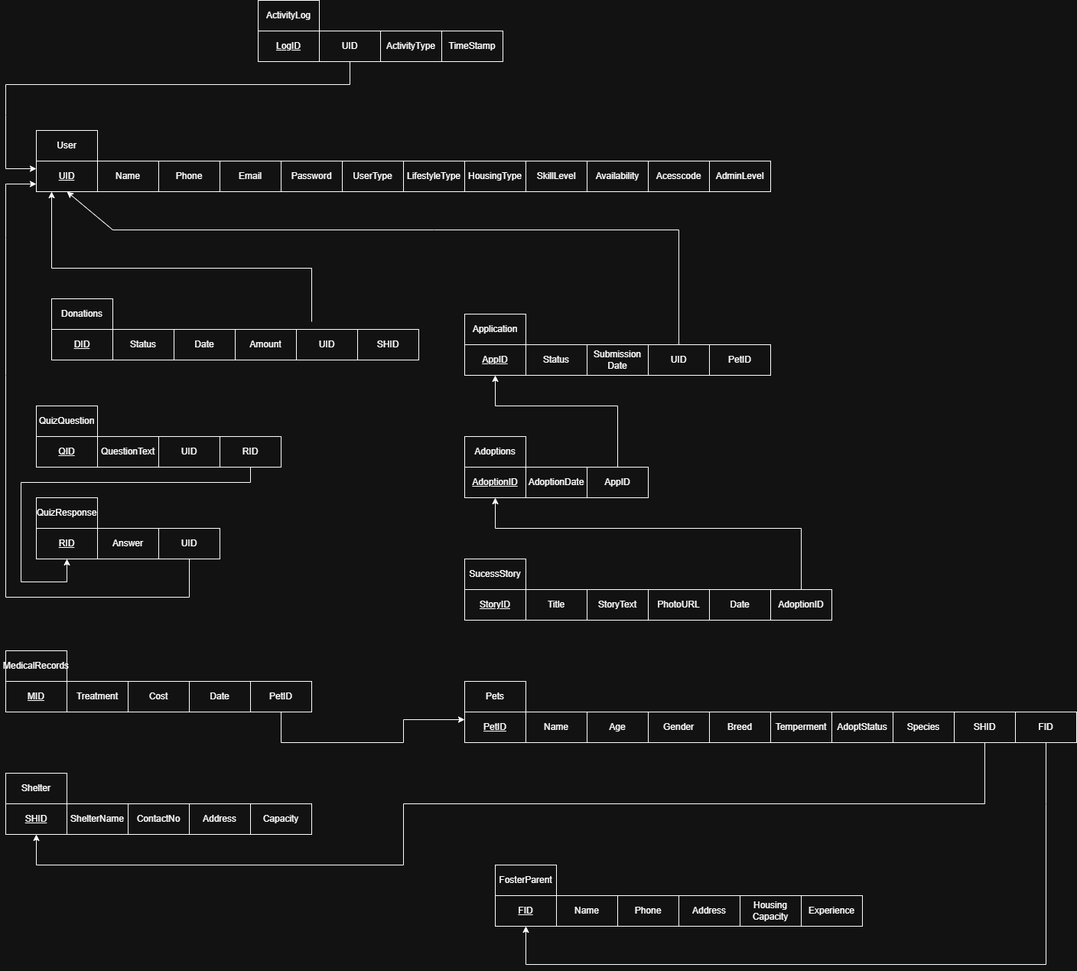
Earlier version of the draw.io export docs/images/normalized-schema-diagram.drawio.png (sakibhossain0/pet-adoption-management-system). Source tidied: cells renumbered, new cells last; positions are measured from the earlier drawing's top-left corner, leaving out a move shared by most shapes.
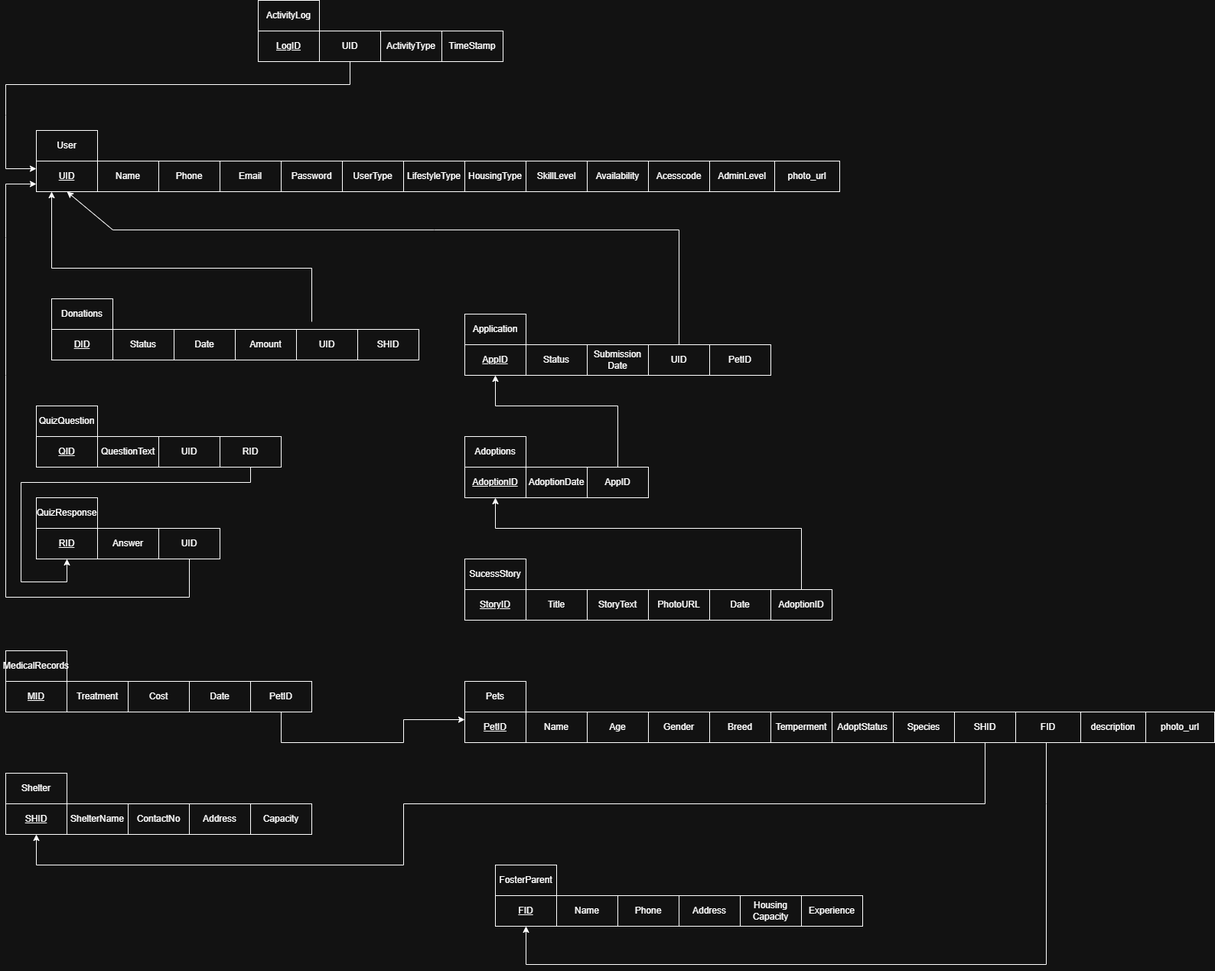
Above is the later version.

Diff of the diagram source:
```diff
@@ -227,7 +227,7 @@
       <mxGeometry x="1080" y="930" width="80" height="40" as="geometry" />
     </mxCell>
     <mxCell id="62" style="rounded=0;whiteSpace=wrap;html=1;" parent="1" vertex="1">
-      <mxGeometry x="1160" y="930" width="240" height="40" as="geometry" />
+      <mxGeometry x="1160" y="930" width="420" height="40" as="geometry" />
     </mxCell>
     <mxCell id="63" value="Species" style="rounded=0;whiteSpace=wrap;html=1;" parent="1" vertex="1">
       <mxGeometry x="1160" y="930" width="80" height="40" as="geometry" />
@@ -235,9 +235,6 @@
     <mxCell id="64" value="SHID" style="rounded=0;whiteSpace=wrap;html=1;" parent="1" vertex="1">
       <mxGeometry x="1240" y="930" width="80" height="40" as="geometry" />
     </mxCell>
-    <mxCell id="65" value="FID" style="rounded=0;whiteSpace=wrap;html=1;" parent="1" vertex="1">
-      <mxGeometry x="1320" y="930" width="80" height="40" as="geometry" />
-    </mxCell>
     <mxCell id="66" style="rounded=0;whiteSpace=wrap;html=1;" parent="1" vertex="1">
       <mxGeometry y="890" width="400" height="40" as="geometry" />
     </mxCell>
@@ -299,8 +296,9 @@
         </Array>
       </mxGeometry>
     </mxCell>
-    <mxCell id="82" style="endArrow=classic;html=1;rounded=0;exitX=0.5;exitY=1;exitDx=0;exitDy=0;entryX=0.5;entryY=1;entryDx=0;entryDy=0;" parent="1" edge="1" source="65" target="85">
+    <mxCell id="82" style="endArrow=classic;html=1;rounded=0;exitX=0.5;exitY=1;exitDx=0;exitDy=0;entryX=0.5;entryY=1;entryDx=0;entryDy=0;" parent="1" edge="1" target="85">
       <mxGeometry relative="1" as="geometry">
+        <mxPoint x="1360" y="970" as="sourcePoint" />
         <Array as="points">
           <mxPoint x="1360" y="1050" />
           <mxPoint x="1360" y="1260" />
@@ -377,8 +375,23 @@
     <mxCell id="105" value="Acesscode" style="rounded=0;whiteSpace=wrap;html=1;" parent="1" vertex="1">
       <mxGeometry x="840" y="210" width="80" height="40" as="geometry" />
     </mxCell>
-    <mxCell id="106" value="AdminLevel" style="rounded=0;whiteSpace=wrap;html=1;" parent="1" vertex="1">
-      <mxGeometry x="920" y="210" width="80" height="40" as="geometry" />
+    <mxCell id="106" style="rounded=0;whiteSpace=wrap;html=1;" parent="1" vertex="1">
+      <mxGeometry x="920" y="210" width="160" height="40" as="geometry" />
     </mxCell>
+    <mxCell id="107" value="AdminLevel" style="rounded=0;whiteSpace=wrap;html=1;" parent="1" vertex="1">
+      <mxGeometry x="920" y="210" width="85" height="40" as="geometry" />
+    </mxCell>
+    <mxCell id="108" value="photo_url" style="rounded=0;whiteSpace=wrap;html=1;" parent="1" vertex="1">
+      <mxGeometry x="1005" y="210" width="85" height="40" as="geometry" />
+    </mxCell>
+    <mxCell id="65" value="FID" style="rounded=0;whiteSpace=wrap;html=1;" parent="1" vertex="1">
+      <mxGeometry x="1320" y="930" width="85" height="40" as="geometry" />
+    </mxCell>
+    <mxCell id="109" value="description" style="rounded=0;whiteSpace=wrap;html=1;" parent="1" vertex="1">
+      <mxGeometry x="1405" y="930" width="85" height="40" as="geometry" />
+    </mxCell>
+    <mxCell id="110" value="photo_url" style="rounded=0;whiteSpace=wrap;html=1;" parent="1" vertex="1">
+      <mxGeometry x="1490" y="930" width="90" height="40" as="geometry" />
+    </mxCell>
   </root>
 </mxGraphModel>
```
